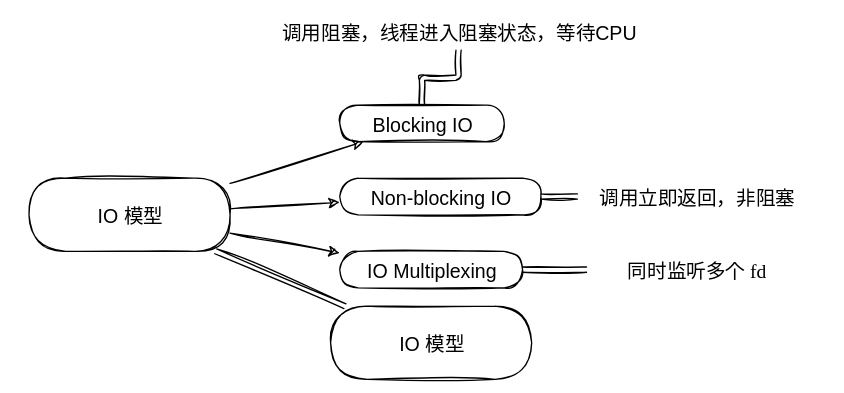
Earlier version of the draw.io export Mindmap/IO模型导图.svg (justin4v/ZettelNotes). Source tidied: cells renumbered, new cells last; positions are measured from the earlier drawing's top-left corner, leaving out a move shared by most shapes.
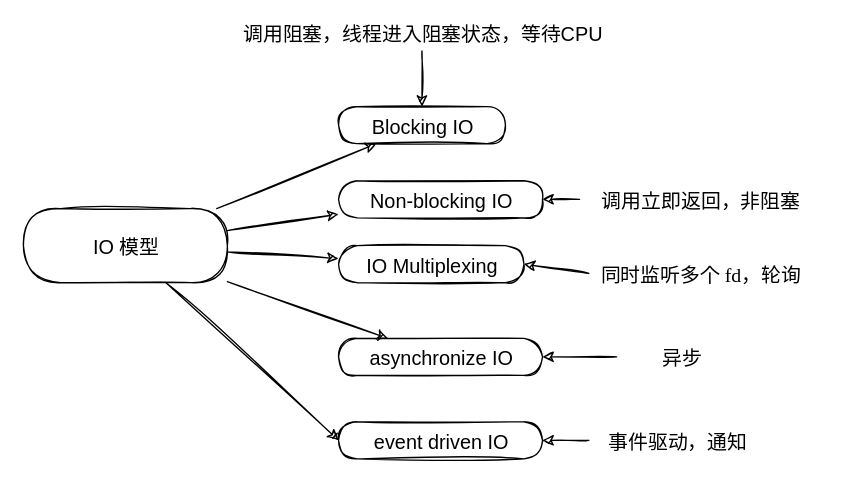
The same file after the commit.

What changed in the source:
```diff
@@ -11,41 +11,59 @@
     <mxCell id="4" style="edgeStyle=none;html=1;fontSize=15;" parent="1" edge="1" source="6" target="11">
       <mxGeometry relative="1" as="geometry" />
     </mxCell>
-    <mxCell id="5" style="edgeStyle=none;shape=link;html=1;fontFamily=Comic Sans MS;" parent="1" edge="1" source="6" target="16">
+    <mxCell id="5" style="edgeStyle=none;html=1;fontFamily=Comic Sans MS;entryX=0;entryY=0.5;entryDx=0;entryDy=0;" parent="1" edge="1" source="6" target="16">
       <mxGeometry relative="1" as="geometry" />
     </mxCell>
+    <mxCell id="17" style="edgeStyle=none;html=1;fontFamily=Comic Sans MS;" parent="1" edge="1" source="6" target="22">
+      <mxGeometry relative="1" as="geometry" />
+    </mxCell>
     <mxCell id="6" value="IO 模型" style="whiteSpace=wrap;html=1;rounded=1;arcSize=50;align=center;verticalAlign=middle;strokeWidth=1;spacing=4;newEdgeStyle={&quot;edgeStyle&quot;:&quot;entityRelationEdgeStyle&quot;,&quot;startArrow&quot;:&quot;none&quot;,&quot;endArrow&quot;:&quot;none&quot;,&quot;segment&quot;:10,&quot;curved&quot;:1};fontSize=15;fillColor=none;sketch=1;" parent="1" vertex="1">
-      <mxGeometry y="126" width="154" height="56" as="geometry" />
+      <mxGeometry y="147" width="154" height="56" as="geometry" />
     </mxCell>
-    <mxCell id="7" style="edgeStyle=orthogonalEdgeStyle;html=1;exitX=0.5;exitY=0;exitDx=0;exitDy=0;fontSize=15;shape=link;" parent="1" edge="1" source="8" target="12">
-      <mxGeometry relative="1" as="geometry" />
-    </mxCell>
     <mxCell id="8" value="Blocking IO" style="whiteSpace=wrap;html=1;rounded=1;arcSize=50;align=center;verticalAlign=middle;strokeWidth=1;spacing=4;newEdgeStyle={&quot;edgeStyle&quot;:&quot;entityRelationEdgeStyle&quot;,&quot;startArrow&quot;:&quot;none&quot;,&quot;endArrow&quot;:&quot;none&quot;,&quot;segment&quot;:10,&quot;curved&quot;:1};fontSize=15;fillColor=none;sketch=1;" parent="1" vertex="1">
       <mxGeometry x="238" y="70" width="126" height="28" as="geometry" />
     </mxCell>
-    <mxCell id="9" style="edgeStyle=orthogonalEdgeStyle;shape=link;curved=1;html=1;exitX=1;exitY=0.5;exitDx=0;exitDy=0;fontSize=15;" parent="1" edge="1" source="10" target="13">
-      <mxGeometry relative="1" as="geometry" />
-    </mxCell>
     <mxCell id="10" value="Non-blocking IO" style="whiteSpace=wrap;html=1;rounded=1;arcSize=50;align=center;verticalAlign=middle;strokeWidth=1;spacing=4;newEdgeStyle={&quot;edgeStyle&quot;:&quot;entityRelationEdgeStyle&quot;,&quot;startArrow&quot;:&quot;none&quot;,&quot;endArrow&quot;:&quot;none&quot;,&quot;segment&quot;:10,&quot;curved&quot;:1};fontSize=15;fillColor=none;sketch=1;" parent="1" vertex="1">
       <mxGeometry x="238" y="126" width="154" height="28" as="geometry" />
     </mxCell>
     <mxCell id="11" value="IO Multiplexing" style="whiteSpace=wrap;html=1;rounded=1;arcSize=50;align=center;verticalAlign=middle;strokeWidth=1;spacing=4;newEdgeStyle={&quot;edgeStyle&quot;:&quot;entityRelationEdgeStyle&quot;,&quot;startArrow&quot;:&quot;none&quot;,&quot;endArrow&quot;:&quot;none&quot;,&quot;segment&quot;:10,&quot;curved&quot;:1};fontSize=15;fillColor=none;sketch=1;" parent="1" vertex="1">
-      <mxGeometry x="238" y="182" width="140" height="28" as="geometry" />
+      <mxGeometry x="238" y="175" width="140" height="28" as="geometry" />
     </mxCell>
+    <mxCell id="18" style="edgeStyle=none;html=1;exitX=0.5;exitY=1;exitDx=0;exitDy=0;entryX=0.5;entryY=0;entryDx=0;entryDy=0;fontFamily=Comic Sans MS;" parent="1" edge="1" source="12" target="8">
+      <mxGeometry relative="1" as="geometry" />
+    </mxCell>
     <mxCell id="12" value="调用阻塞，线程进入阻塞状态，等待CPU" style="text;html=1;strokeColor=none;fillColor=none;align=center;verticalAlign=middle;whiteSpace=wrap;rounded=0;sketch=1;fontSize=15;" parent="1" vertex="1">
-      <mxGeometry x="182" width="294" height="28" as="geometry" />
+      <mxGeometry x="154" width="294" height="28" as="geometry" />
     </mxCell>
+    <mxCell id="19" style="edgeStyle=none;html=1;exitX=0;exitY=0.5;exitDx=0;exitDy=0;entryX=1;entryY=0.5;entryDx=0;entryDy=0;fontFamily=Comic Sans MS;" parent="1" edge="1" source="13" target="10">
+      <mxGeometry relative="1" as="geometry" />
+    </mxCell>
     <mxCell id="13" value="调用立即返回，非阻塞" style="text;html=1;strokeColor=none;fillColor=none;align=center;verticalAlign=middle;whiteSpace=wrap;rounded=0;sketch=1;fontSize=15;" parent="1" vertex="1">
       <mxGeometry x="420" y="119" width="182" height="42" as="geometry" />
     </mxCell>
-    <mxCell id="14" style="shape=link;html=1;exitX=0;exitY=0.5;exitDx=0;exitDy=0;entryX=1;entryY=0.5;entryDx=0;entryDy=0;fontFamily=Comic Sans MS;" parent="1" edge="1" source="15" target="11">
+    <mxCell id="14" style="edgeStyle=none;html=1;exitX=0;exitY=0.5;exitDx=0;exitDy=0;entryX=1;entryY=0.5;entryDx=0;entryDy=0;fontFamily=Comic Sans MS;" parent="1" edge="1" source="15" target="11">
       <mxGeometry relative="1" as="geometry" />
     </mxCell>
-    <mxCell id="15" value="同时监听多个 fd" style="text;html=1;strokeColor=none;fillColor=none;align=center;verticalAlign=middle;whiteSpace=wrap;rounded=0;sketch=1;fontSize=15;shadow=0;glass=0;fontFamily=Comic Sans MS;" parent="1" vertex="1">
+    <mxCell id="15" value="同时监听多个 fd，轮询" style="text;html=1;strokeColor=none;fillColor=none;align=center;verticalAlign=middle;whiteSpace=wrap;rounded=0;sketch=1;fontSize=15;shadow=0;glass=0;fontFamily=Comic Sans MS;" parent="1" vertex="1">
       <mxGeometry x="427" y="175" width="168" height="42" as="geometry" />
     </mxCell>
-    <mxCell id="16" value="IO 模型" style="whiteSpace=wrap;html=1;rounded=1;arcSize=50;align=center;verticalAlign=middle;strokeWidth=1;spacing=4;newEdgeStyle={&quot;edgeStyle&quot;:&quot;entityRelationEdgeStyle&quot;,&quot;startArrow&quot;:&quot;none&quot;,&quot;endArrow&quot;:&quot;none&quot;,&quot;segment&quot;:10,&quot;curved&quot;:1};fontSize=15;fillColor=none;sketch=1;" parent="1" vertex="1">
-      <mxGeometry x="231" y="224" width="154" height="56" as="geometry" />
+    <mxCell id="16" value="event driven IO" style="whiteSpace=wrap;html=1;rounded=1;arcSize=50;align=center;verticalAlign=middle;strokeWidth=1;spacing=4;newEdgeStyle={&quot;edgeStyle&quot;:&quot;entityRelationEdgeStyle&quot;,&quot;startArrow&quot;:&quot;none&quot;,&quot;endArrow&quot;:&quot;none&quot;,&quot;segment&quot;:10,&quot;curved&quot;:1};fontSize=15;fillColor=none;sketch=1;" parent="1" vertex="1">
+      <mxGeometry x="238" y="308" width="154" height="28" as="geometry" />
     </mxCell>
+    <mxCell id="20" style="edgeStyle=none;html=1;exitX=0;exitY=0.5;exitDx=0;exitDy=0;entryX=1;entryY=0.5;entryDx=0;entryDy=0;fontFamily=Comic Sans MS;" parent="1" edge="1" source="21" target="16">
+      <mxGeometry relative="1" as="geometry" />
+    </mxCell>
+    <mxCell id="21" value="事件驱动，通知" style="text;html=1;strokeColor=none;fillColor=none;align=center;verticalAlign=middle;whiteSpace=wrap;rounded=0;sketch=1;fontSize=15;shadow=0;glass=0;fontFamily=Comic Sans MS;" parent="1" vertex="1">
+      <mxGeometry x="427" y="301" width="133" height="42" as="geometry" />
+    </mxCell>
+    <mxCell id="22" value="asynchronize IO" style="whiteSpace=wrap;html=1;rounded=1;arcSize=50;align=center;verticalAlign=middle;strokeWidth=1;spacing=4;newEdgeStyle={&quot;edgeStyle&quot;:&quot;entityRelationEdgeStyle&quot;,&quot;startArrow&quot;:&quot;none&quot;,&quot;endArrow&quot;:&quot;none&quot;,&quot;segment&quot;:10,&quot;curved&quot;:1};fontSize=15;fillColor=none;sketch=1;" parent="1" vertex="1">
+      <mxGeometry x="238" y="245" width="154" height="28" as="geometry" />
+    </mxCell>
+    <mxCell id="23" style="edgeStyle=none;html=1;exitX=0;exitY=0.5;exitDx=0;exitDy=0;entryX=1;entryY=0.5;entryDx=0;entryDy=0;fontFamily=Comic Sans MS;" parent="1" edge="1" source="24" target="22">
+      <mxGeometry relative="1" as="geometry" />
+    </mxCell>
+    <mxCell id="24" value="异步" style="text;html=1;strokeColor=none;fillColor=none;align=center;verticalAlign=middle;whiteSpace=wrap;rounded=0;sketch=1;fontSize=15;shadow=0;glass=0;fontFamily=Comic Sans MS;" parent="1" vertex="1">
+      <mxGeometry x="448" y="238" width="98" height="42" as="geometry" />
+    </mxCell>
   </root>
 </mxGraphModel>
```
